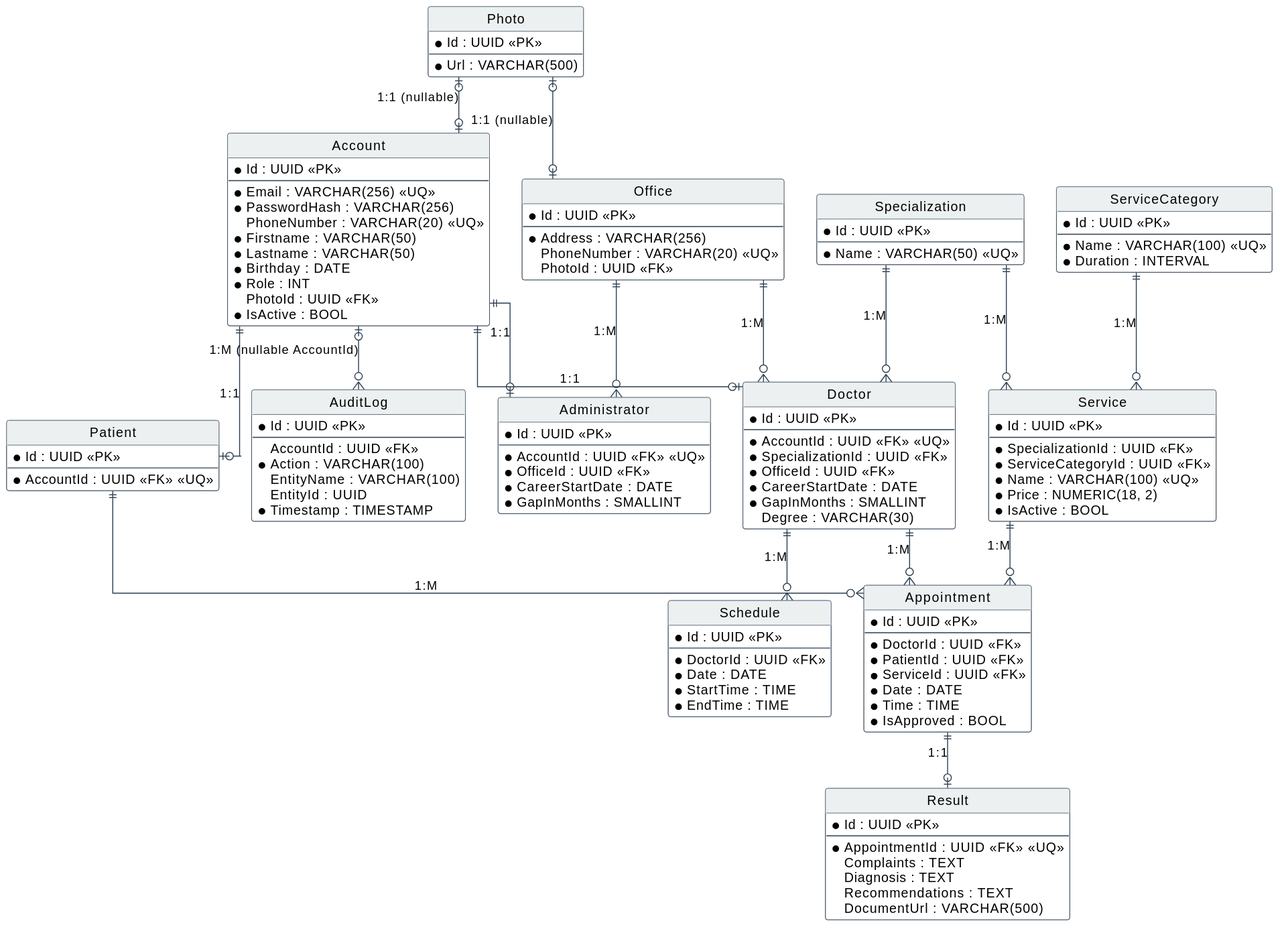
The PlantUML diagram LR2/diagram.svg in lapivan/DM-DBMS-BSUIR, before a commit.
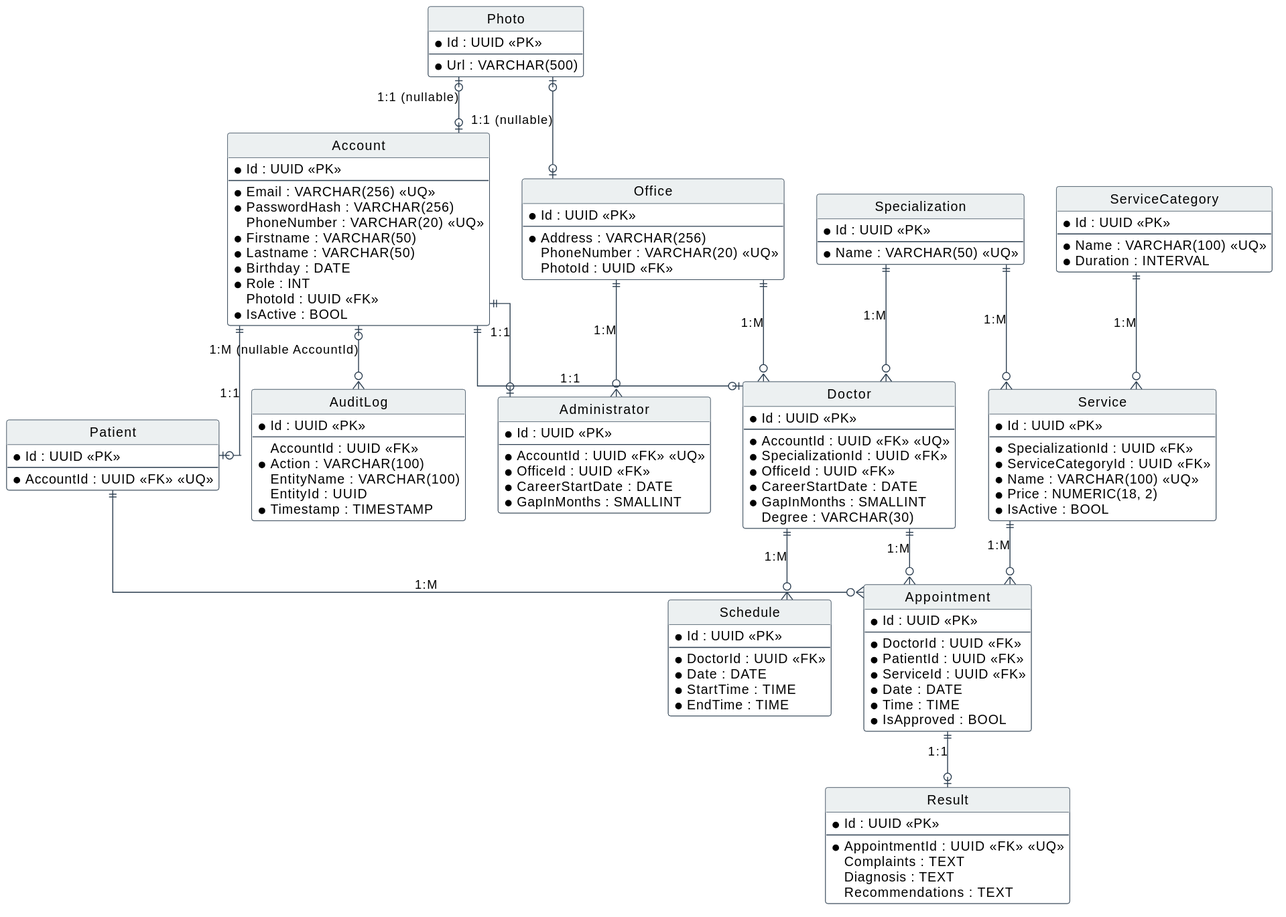
Later version of the same file.

What changed in the source:
```diff
@@ -113,7 +113,6 @@
   Complaints : TEXT
   Diagnosis : TEXT
   Recommendations : TEXT
-  DocumentUrl : VARCHAR(500)
 }
 
 entity "AuditLog" as AuditLog {
```
